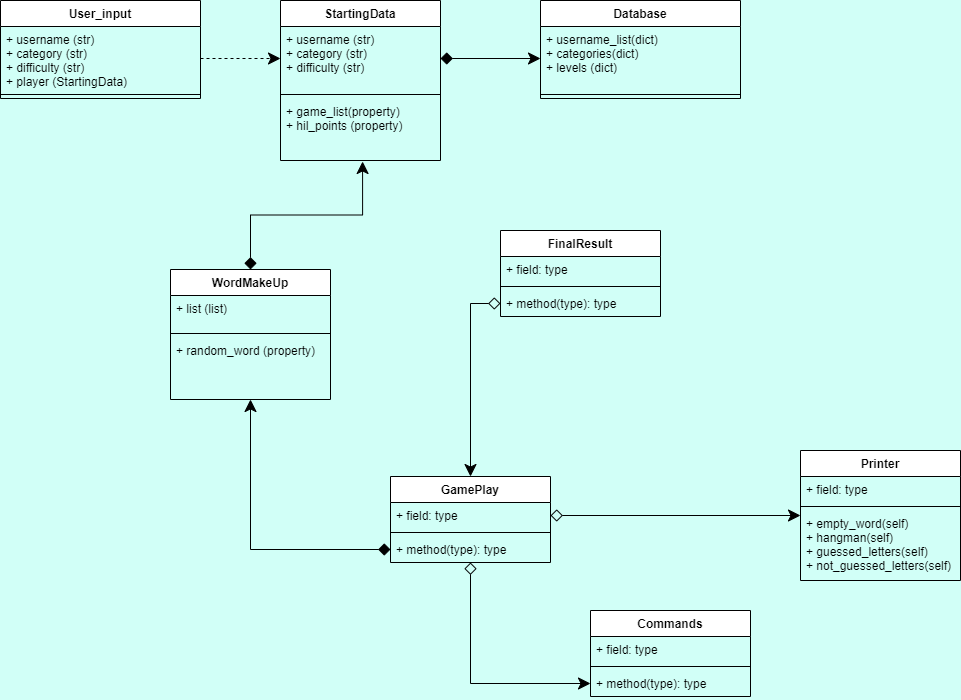
Before: hangman/images/hangman_class_diagram.png, a diagram exported from draw.io (jordrag/Exercises). Source tidied: cells renumbered, new cells last; positions are measured from the earlier drawing's top-left corner, leaving out a move shared by most shapes.
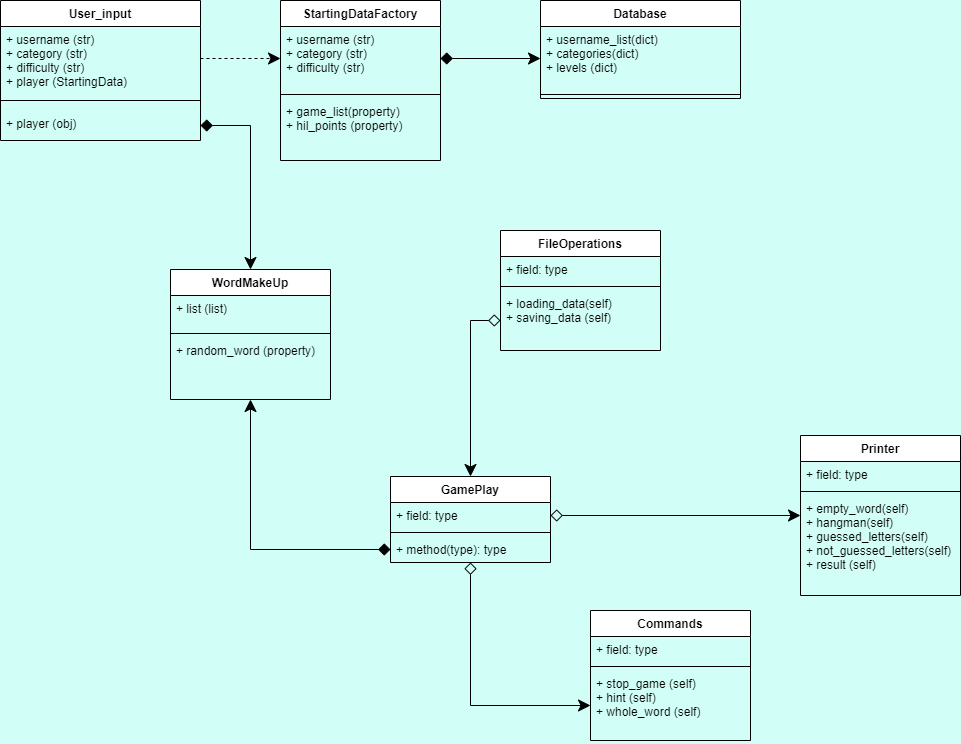
After the commit.

Change to the diagram source:
```diff
@@ -11,7 +11,7 @@
     <mxCell id="4" style="line;strokeWidth=1;fillColor=none;align=left;verticalAlign=middle;spacingTop=-1;spacingLeft=3;spacingRight=3;labelPosition=right;strokeColor=inherit;" parent="2" vertex="1">
       <mxGeometry y="90" width="200" height="8" as="geometry" />
     </mxCell>
-    <mxCell id="5" value="StartingData" style="swimlane;fontStyle=1;align=center;verticalAlign=top;horizontal=1;startSize=26;" parent="1" vertex="1">
+    <mxCell id="5" value="StartingDataFactory" style="swimlane;fontStyle=1;align=center;verticalAlign=top;horizontal=1;startSize=26;" parent="1" vertex="1">
       <mxGeometry x="280" width="160" height="160" as="geometry" />
     </mxCell>
     <mxCell id="6" value="+ username (str)&#10;+ category (str)&#10;+ difficulty (str)" style="text;strokeColor=none;fillColor=none;align=left;verticalAlign=top;spacingLeft=4;spacingRight=4;overflow=hidden;points=[[0,0.5],[1,0.5]];portConstraint=eastwest;" parent="5" vertex="1">
@@ -39,7 +39,7 @@
       <mxGeometry y="60" width="160" height="26" as="geometry" />
     </mxCell>
     <mxCell id="14" value="Commands" style="swimlane;fontStyle=1;align=center;verticalAlign=top;horizontal=1;startSize=26;" parent="1" vertex="1">
-      <mxGeometry x="590" y="610" width="160" height="86" as="geometry" />
+      <mxGeometry x="590" y="610" width="160" height="130" as="geometry" />
     </mxCell>
     <mxCell id="15" value="+ field: type" style="text;strokeColor=none;fillColor=none;align=left;verticalAlign=top;spacingLeft=4;spacingRight=4;overflow=hidden;" parent="14" vertex="1">
       <mxGeometry y="26" width="160" height="26" as="geometry" />
@@ -47,11 +47,11 @@
     <mxCell id="16" style="line;strokeWidth=1;fillColor=none;align=left;verticalAlign=middle;spacingTop=-1;spacingLeft=3;spacingRight=3;labelPosition=right;strokeColor=inherit;" parent="14" vertex="1">
       <mxGeometry y="52" width="160" height="8" as="geometry" />
     </mxCell>
-    <mxCell id="17" value="+ method(type): type" style="text;strokeColor=none;fillColor=none;align=left;verticalAlign=top;spacingLeft=4;spacingRight=4;overflow=hidden;points=[[0,0.5],[1,0.5]];portConstraint=eastwest;" parent="14" vertex="1">
-      <mxGeometry y="60" width="160" height="26" as="geometry" />
+    <mxCell id="17" value="+ stop_game (self)&#10;+ hint (self)&#10;+ whole_word (self)" style="text;strokeColor=none;fillColor=none;align=left;verticalAlign=top;spacingLeft=4;spacingRight=4;overflow=hidden;points=[[0,0.5],[1,0.5]];portConstraint=eastwest;" parent="14" vertex="1">
+      <mxGeometry y="60" width="160" height="70" as="geometry" />
     </mxCell>
-    <mxCell id="18" value="FinalResult" style="swimlane;fontStyle=1;align=center;verticalAlign=top;horizontal=1;startSize=26;" parent="1" vertex="1">
-      <mxGeometry x="500" y="230" width="160" height="86" as="geometry" />
+    <mxCell id="18" value="FileOperations" style="swimlane;fontStyle=1;align=center;verticalAlign=top;horizontal=1;startSize=26;" parent="1" vertex="1">
+      <mxGeometry x="500" y="230" width="160" height="120" as="geometry" />
     </mxCell>
     <mxCell id="19" value="+ field: type" style="text;strokeColor=none;fillColor=none;align=left;verticalAlign=top;spacingLeft=4;spacingRight=4;overflow=hidden;" parent="18" vertex="1">
       <mxGeometry y="26" width="160" height="26" as="geometry" />
@@ -59,11 +59,11 @@
     <mxCell id="20" style="line;strokeWidth=1;fillColor=none;align=left;verticalAlign=middle;spacingTop=-1;spacingLeft=3;spacingRight=3;labelPosition=right;strokeColor=inherit;" parent="18" vertex="1">
       <mxGeometry y="52" width="160" height="8" as="geometry" />
     </mxCell>
-    <mxCell id="21" value="+ method(type): type" style="text;strokeColor=none;fillColor=none;align=left;verticalAlign=top;spacingLeft=4;spacingRight=4;overflow=hidden;points=[[0,0.5],[1,0.5]];portConstraint=eastwest;" parent="18" vertex="1">
-      <mxGeometry y="60" width="160" height="26" as="geometry" />
+    <mxCell id="21" value="+ loading_data(self)&#10;+ saving_data (self)" style="text;strokeColor=none;fillColor=none;align=left;verticalAlign=top;spacingLeft=4;spacingRight=4;overflow=hidden;points=[[0,0.5],[1,0.5]];portConstraint=eastwest;" parent="18" vertex="1">
+      <mxGeometry y="60" width="160" height="60" as="geometry" />
     </mxCell>
     <mxCell id="22" value="Printer" style="swimlane;fontStyle=1;align=center;verticalAlign=top;horizontal=1;startSize=26;" parent="1" vertex="1">
-      <mxGeometry x="800" y="450" width="160" height="130" as="geometry" />
+      <mxGeometry x="800" y="435" width="160" height="160" as="geometry" />
     </mxCell>
     <mxCell id="23" value="+ field: type" style="text;strokeColor=none;fillColor=none;align=left;verticalAlign=top;spacingLeft=4;spacingRight=4;overflow=hidden;" parent="22" vertex="1">
       <mxGeometry y="26" width="160" height="26" as="geometry" />
@@ -71,19 +71,22 @@
     <mxCell id="24" style="line;strokeWidth=1;fillColor=none;align=left;verticalAlign=middle;spacingTop=-1;spacingLeft=3;spacingRight=3;labelPosition=right;strokeColor=inherit;" parent="22" vertex="1">
       <mxGeometry y="52" width="160" height="8" as="geometry" />
     </mxCell>
-    <mxCell id="25" value="+ empty_word(self)&#10;+ hangman(self)&#10;+ guessed_letters(self)&#10;+ not_guessed_letters(self)" style="text;strokeColor=none;fillColor=none;align=left;verticalAlign=top;spacingLeft=4;spacingRight=4;overflow=hidden;" parent="22" vertex="1">
-      <mxGeometry y="60" width="160" height="70" as="geometry" />
+    <mxCell id="25" value="+ empty_word(self)&#10;+ hangman(self)&#10;+ guessed_letters(self)&#10;+ not_guessed_letters(self)&#10;+ result (self)" style="text;strokeColor=none;fillColor=none;align=left;verticalAlign=top;spacingLeft=4;spacingRight=4;overflow=hidden;" parent="22" vertex="1">
+      <mxGeometry y="60" width="160" height="100" as="geometry" />
     </mxCell>
     <mxCell id="26" value="User_input" style="swimlane;fontStyle=1;align=center;verticalAlign=top;horizontal=1;startSize=26;" parent="1" vertex="1">
-      <mxGeometry width="200" height="98" as="geometry" />
+      <mxGeometry width="200" height="140" as="geometry" />
     </mxCell>
     <mxCell id="27" value="+ username (str)&#10;+ category (str)&#10;+ difficulty (str)&#10;+ player (StartingData)" style="text;strokeColor=none;fillColor=none;align=left;verticalAlign=top;spacingLeft=4;spacingRight=4;overflow=hidden;points=[[0,0.5],[1,0.5]];portConstraint=eastwest;" parent="26" vertex="1">
       <mxGeometry y="26" width="200" height="64" as="geometry" />
     </mxCell>
     <mxCell id="28" style="line;strokeWidth=1;fillColor=none;align=left;verticalAlign=middle;spacingTop=-1;spacingLeft=3;spacingRight=3;labelPosition=right;strokeColor=inherit;" parent="26" vertex="1">
-      <mxGeometry y="90" width="200" height="8" as="geometry" />
+      <mxGeometry y="90" width="200" height="20" as="geometry" />
     </mxCell>
+    <mxCell id="39" value="+ player (obj)" style="text;strokeColor=none;fillColor=none;align=left;verticalAlign=top;spacingLeft=4;spacingRight=4;overflow=hidden;points=[[0,0.5],[1,0.5]];portConstraint=eastwest;" parent="26" vertex="1">
+      <mxGeometry y="110" width="200" height="30" as="geometry" />
+    </mxCell>
-    <mxCell id="29" style="edgeStyle=orthogonalEdgeStyle;rounded=0;jettySize=auto;html=1;exitX=0.5;exitY=0;exitDx=0;exitDy=0;entryX=0.513;entryY=1.016;entryDx=0;entryDy=0;entryPerimeter=0;startArrow=diamond;startFill=1;endArrow=classic;endFill=1;startSize=10;endSize=10;" parent="1" edge="1" source="30" target="8">
+    <mxCell id="29" style="edgeStyle=orthogonalEdgeStyle;rounded=0;jettySize=auto;html=1;entryX=0.5;entryY=0;entryDx=0;entryDy=0;startArrow=diamond;startFill=1;endArrow=classic;endFill=1;startSize=10;endSize=10;" parent="1" edge="1" source="39" target="30">
       <mxGeometry relative="1" as="geometry" />
     </mxCell>
     <mxCell id="30" value="WordMakeUp" style="swimlane;fontStyle=1;align=center;verticalAlign=top;horizontal=1;startSize=26;" parent="1" vertex="1">
```
